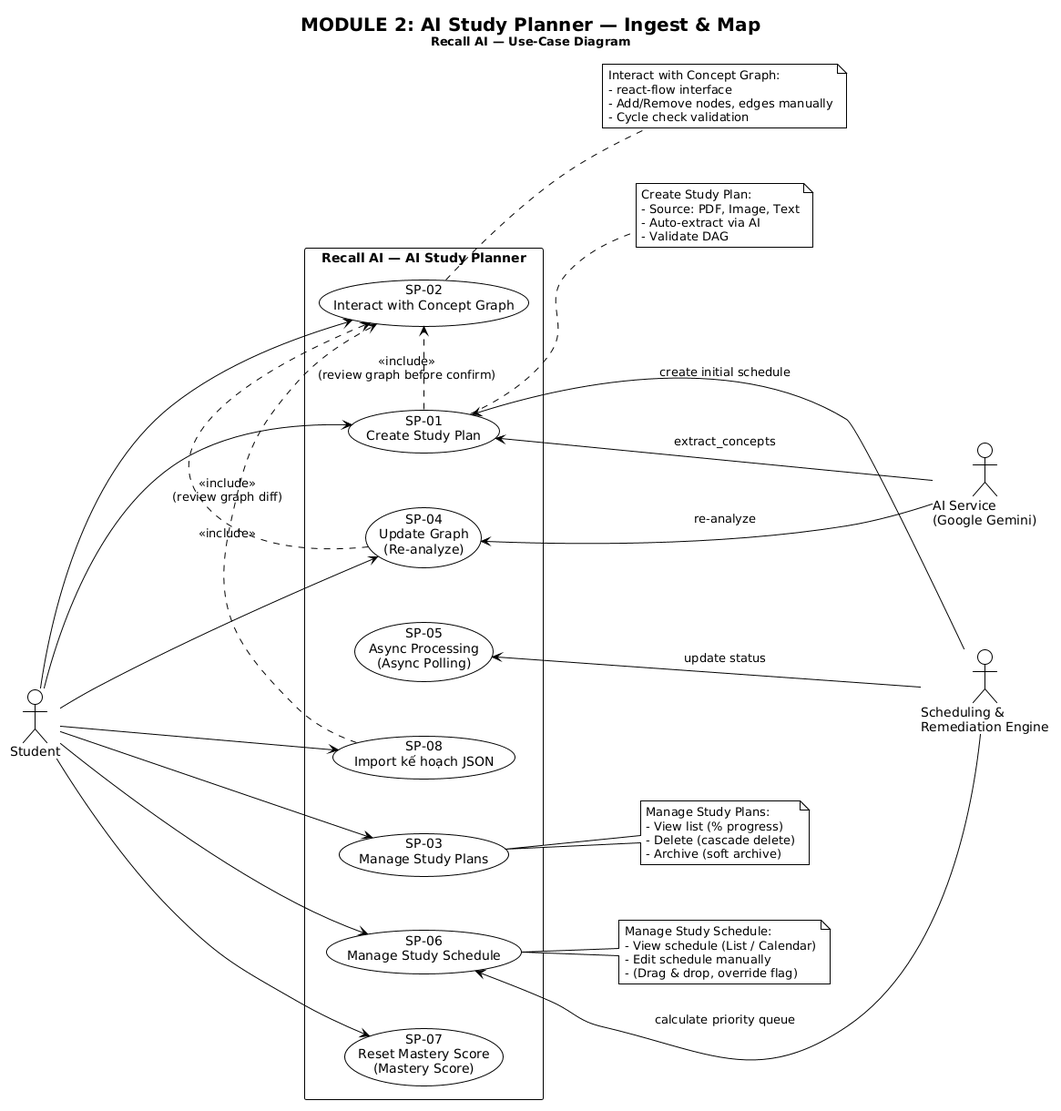
Earlier version of the PlantUML export pa/pa2/Use-case model/UC-02_StudyPlanner.png (Lade1q/planning-ai).
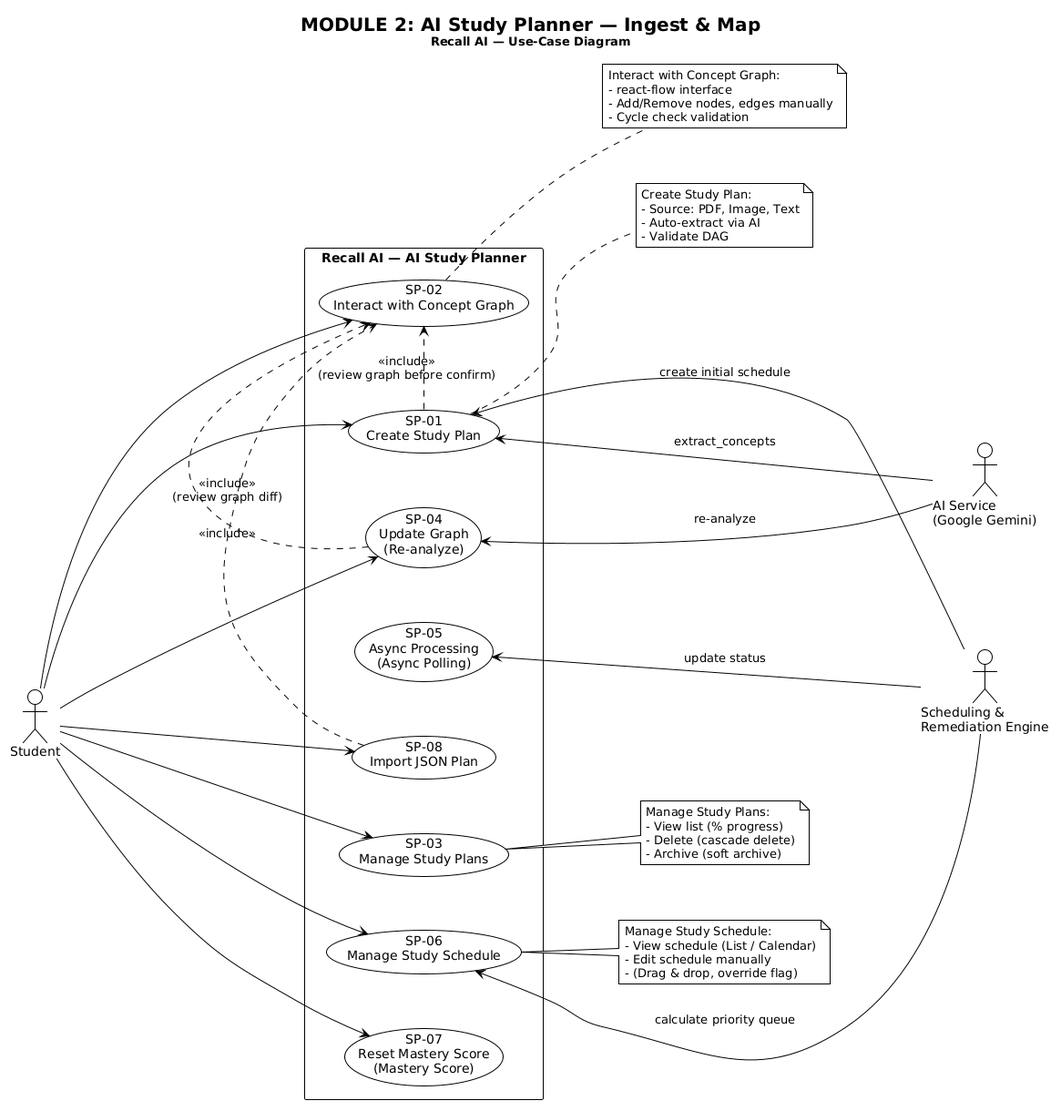
After the change.

Change to the diagram source:
```diff
@@ -69,7 +69,7 @@
 
   usecase "SP-07\nReset Mastery Score\n(Mastery Score)" as sp09
 
-  usecase "SP-08\nImport kế hoạch JSON" as sp10
+  usecase "SP-08\nImport JSON Plan" as sp10
 
 }
 
```
